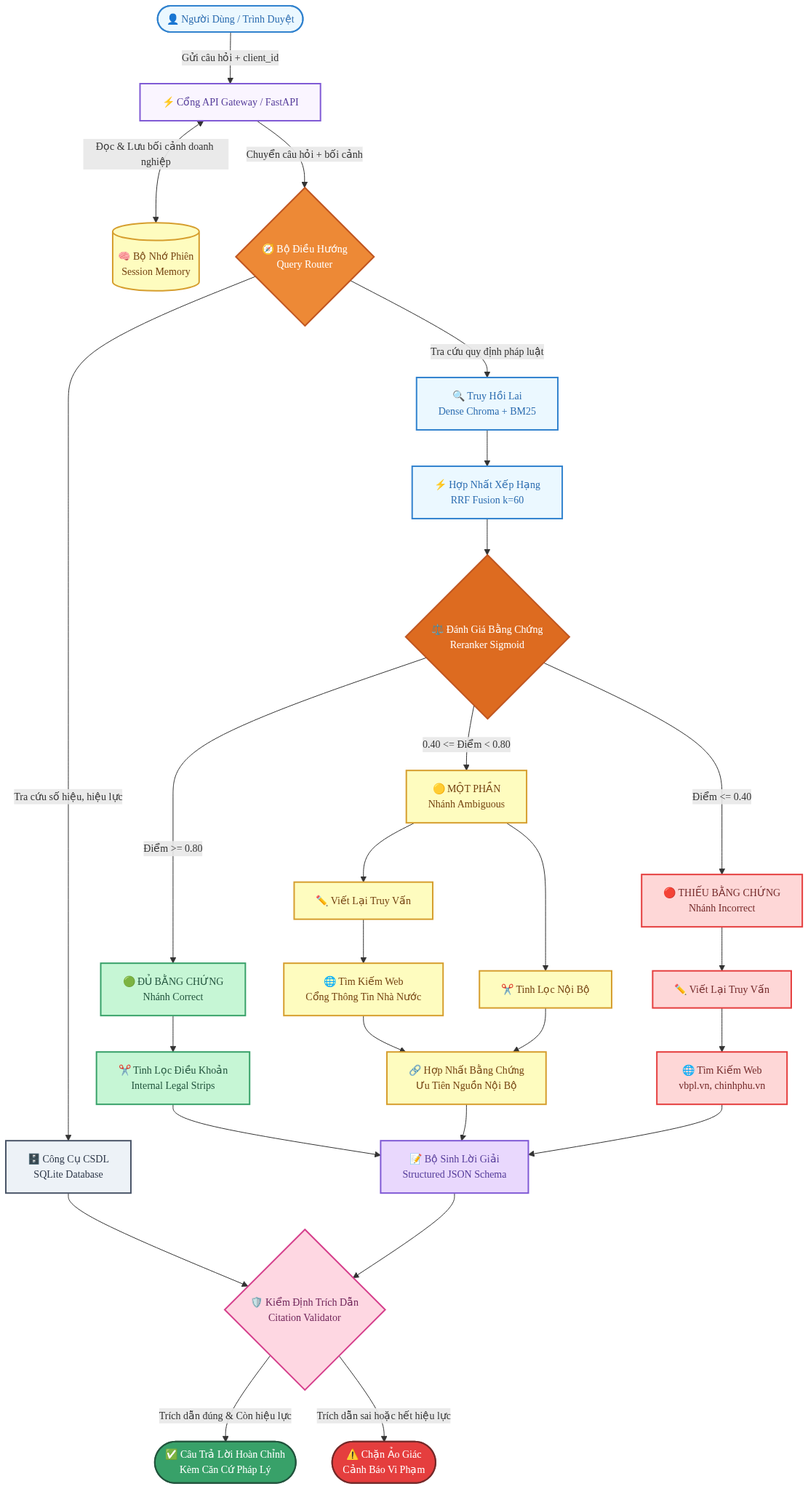
The Mermaid diagram docs/images/workflow.png in louisdevzz/crag, before a commit. Its source is kept beside it as docs/workflow.mmd.
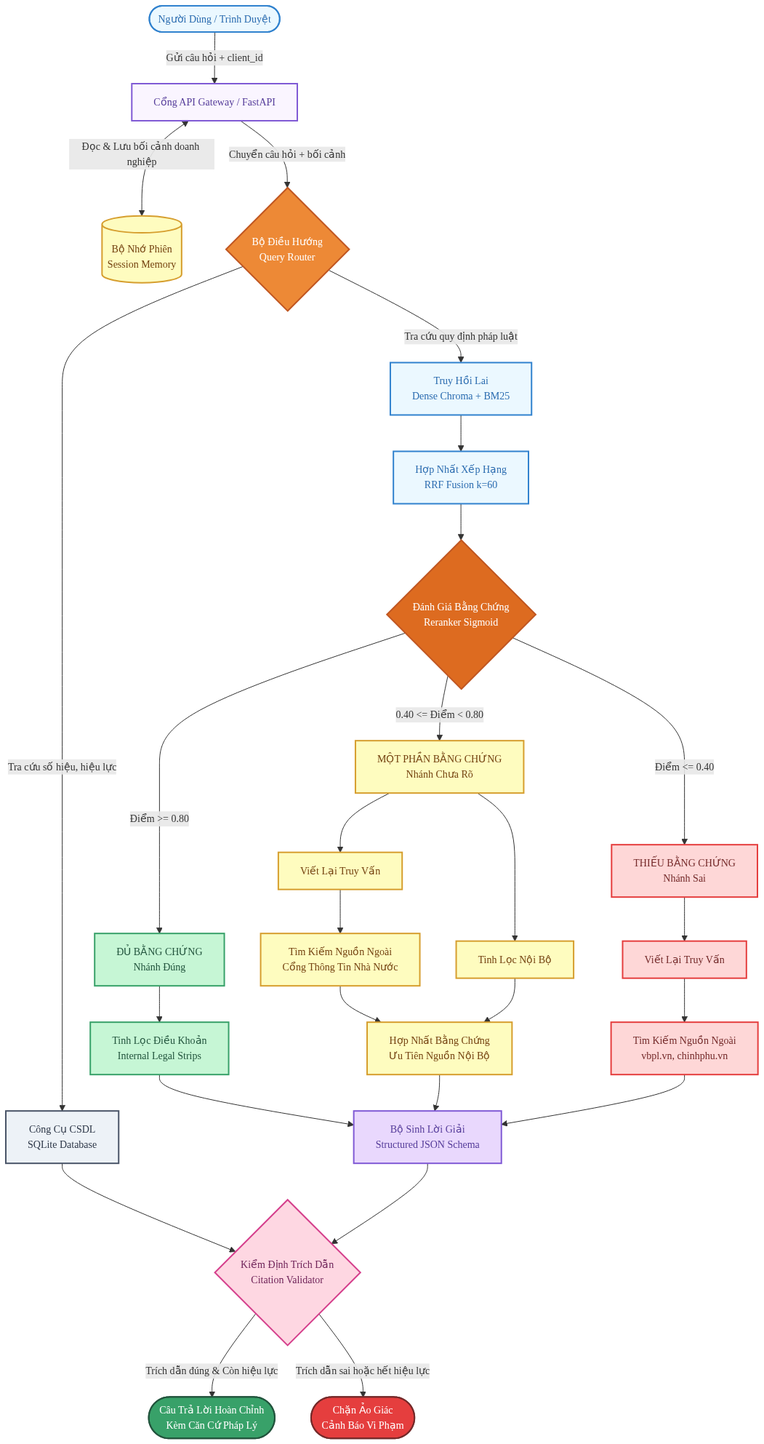
Above is the later version.

Commit message:
style(docs): remove emojis from workflow diagram and re-render images with clean text

The edit, as a diff of the source:
```diff
@@ -1,40 +1,40 @@
 %%{init: {'theme': 'default', 'themeVariables': {'background': '#FFFFFF', 'fontFamily': 'sans-serif', 'fontSize': '14px'}}}%%
 flowchart TD
-    USER([👤 Người Dùng / Trình Duyệt]):::cUser -->|Gửi câu hỏi + client_id| API[⚡ Cổng API Gateway / FastAPI]:::cApi
+    USER([Người Dùng / Trình Duyệt]):::cUser -->|Gửi câu hỏi + client_id| API[Cổng API Gateway / FastAPI]:::cApi
 
-    API <-->|Đọc & Lưu bối cảnh doanh nghiệp| MEM[(🧠 Bộ Nhớ Phiên<br/>Session Memory)]:::cMem
-    API -->|Chuyển câu hỏi + bối cảnh| ROUTER{🧭 Bộ Điều Hướng<br/>Query Router}:::cRouter
+    API <-->|Đọc & Lưu bối cảnh doanh nghiệp| MEM[(Bộ Nhớ Phiên<br/>Session Memory)]:::cMem
+    API -->|Chuyển câu hỏi + bối cảnh| ROUTER{Bộ Điều Hướng<br/>Query Router}:::cRouter
 
-    ROUTER -->|Tra cứu số hiệu, hiệu lực| DB[🗄️ Công Cụ CSDL<br/>SQLite Database]:::cDb
-    ROUTER -->|Tra cứu quy định pháp luật| RETRIEVE[🔍 Truy Hồi Lai<br/>Dense Chroma + BM25]:::cRetrieve
+    ROUTER -->|Tra cứu số hiệu, hiệu lực| DB[Công Cụ CSDL<br/>SQLite Database]:::cDb
+    ROUTER -->|Tra cứu quy định pháp luật| RETRIEVE[Truy Hồi Lai<br/>Dense Chroma + BM25]:::cRetrieve
 
     DB --> VALIDATE
 
-    RETRIEVE --> RRF[⚡ Hợp Nhất Xếp Hạng<br/>RRF Fusion k=60]:::cRetrieve
-    RRF --> EVAL{⚖️ Đánh Giá Bằng Chứng<br/>Reranker Sigmoid}:::cEval
+    RETRIEVE --> RRF[Hợp Nhất Xếp Hạng<br/>RRF Fusion k=60]:::cRetrieve
+    RRF --> EVAL{Đánh Giá Bằng Chứng<br/>Reranker Sigmoid}:::cEval
 
-    EVAL -->|Điểm >= 0.80| BR_CORRECT[🟢 ĐỦ BẰNG CHỨNG<br/>Nhánh Correct]:::cCorrect
-    EVAL -->|0.40 <= Điểm < 0.80| BR_AMB[🟡 MỘT PHẦN<br/>Nhánh Ambiguous]:::cAmb
-    EVAL -->|Điểm <= 0.40| BR_INC[🔴 THIẾU BẰNG CHỨNG<br/>Nhánh Incorrect]:::cInc
+    EVAL -->|Điểm >= 0.80| BR_CORRECT[ĐỦ BẰNG CHỨNG<br/>Nhánh Đúng]:::cCorrect
+    EVAL -->|0.40 <= Điểm < 0.80| BR_AMB[MỘT PHẦN BẰNG CHỨNG<br/>Nhánh Chưa Rõ]:::cAmb
+    EVAL -->|Điểm <= 0.40| BR_INC[THIẾU BẰNG CHỨNG<br/>Nhánh Sai]:::cInc
 
-    BR_CORRECT --> REFINE[✂️ Tinh Lọc Điều Khoản<br/>Internal Legal Strips]:::cCorrect
+    BR_CORRECT --> REFINE[Tinh Lọc Điều Khoản<br/>Internal Legal Strips]:::cCorrect
     REFINE --> GEN
 
-    BR_AMB --> REFINE_AMB[✂️ Tinh Lọc Nội Bộ]:::cAmb
-    BR_AMB --> REWRITE_AMB[✏️ Viết Lại Truy Vấn]:::cAmb
-    REWRITE_AMB --> WEB_AMB[🌐 Tìm Kiếm Web<br/>Cổng Thông Tin Nhà Nước]:::cAmb
-    WEB_AMB --> MERGE[🔗 Hợp Nhất Bằng Chứng<br/>Ưu Tiên Nguồn Nội Bộ]:::cAmb
+    BR_AMB --> REFINE_AMB[Tinh Lọc Nội Bộ]:::cAmb
+    BR_AMB --> REWRITE_AMB[Viết Lại Truy Vấn]:::cAmb
+    REWRITE_AMB --> WEB_AMB[Tìm Kiếm Nguồn Ngoài<br/>Cổng Thông Tin Nhà Nước]:::cAmb
+    WEB_AMB --> MERGE[Hợp Nhất Bằng Chứng<br/>Ưu Tiên Nguồn Nội Bộ]:::cAmb
     REFINE_AMB --> MERGE
     MERGE --> GEN
 
-    BR_INC --> REWRITE_INC[✏️ Viết Lại Truy Vấn]:::cInc
-    REWRITE_INC --> WEB_INC[🌐 Tìm Kiếm Web<br/>vbpl.vn, chinhphu.vn]:::cInc
+    BR_INC --> REWRITE_INC[Viết Lại Truy Vấn]:::cInc
+    REWRITE_INC --> WEB_INC[Tìm Kiếm Nguồn Ngoài<br/>vbpl.vn, chinhphu.vn]:::cInc
     WEB_INC --> GEN
 
-    GEN[📝 Bộ Sinh Lời Giải<br/>Structured JSON Schema]:::cGen --> VALIDATE{🛡️ Kiểm Định Trích Dẫn<br/>Citation Validator}:::cVal
+    GEN[Bộ Sinh Lời Giải<br/>Structured JSON Schema]:::cGen --> VALIDATE{Kiểm Định Trích Dẫn<br/>Citation Validator}:::cVal
 
-    VALIDATE -->|Trích dẫn đúng & Còn hiệu lực| SUCCESS([✅ Câu Trả Lời Hoàn Chỉnh<br/>Kèm Căn Cứ Pháp Lý]):::cSuccess
-    VALIDATE -->|Trích dẫn sai hoặc hết hiệu lực| FAIL([⚠️ Chặn Ảo Giác<br/>Cảnh Báo Vi Phạm]):::cFail
+    VALIDATE -->|Trích dẫn đúng & Còn hiệu lực| SUCCESS([Câu Trả Lời Hoàn Chỉnh<br/>Kèm Căn Cứ Pháp Lý]):::cSuccess
+    VALIDATE -->|Trích dẫn sai hoặc hết hiệu lực| FAIL([Chặn Ảo Giác<br/>Cảnh Báo Vi Phạm]):::cFail
 
     classDef cUser fill:#EBF8FF,stroke:#3182CE,stroke-width:2px,color:#2B6CB0;
     classDef cApi fill:#FAF5FF,stroke:#805AD5,stroke-width:2px,color:#553C9A;
```
